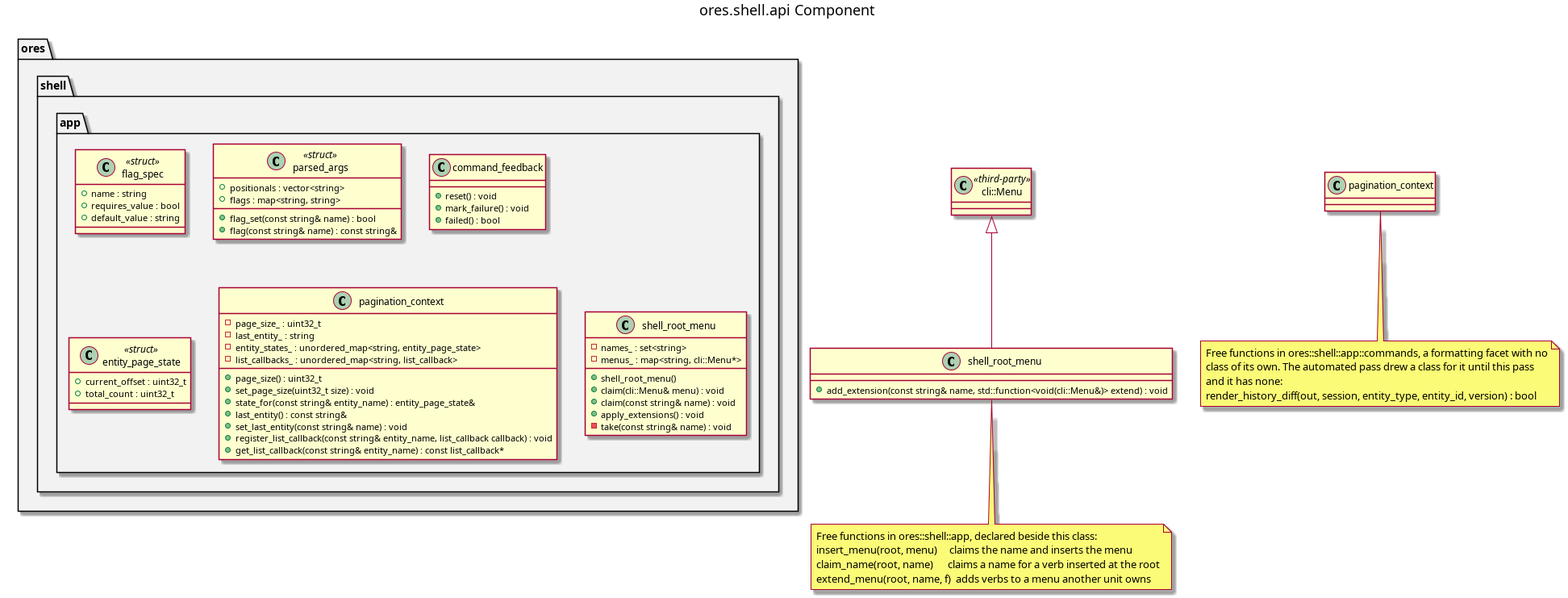
Before: projects/ores.shell/api/modeling/ores.shell.api.png, a diagram exported from PlantUML (OreStudio/OreStudio). Its source is kept beside it as projects/ores.shell/api/modeling/ores.shell.api.puml. Its diagram source:
```plantuml
@startuml

title ores.shell.api Component

set namespaceSeparator ::

namespace ores #F2F2F2 {
    namespace shell #F2F2F2 {
        namespace app #F2F2F2 {
            class flag_spec <<struct>> {
                +name : string
                +requires_value : bool
                +default_value : string
            }
            class parsed_args <<struct>> {
                +positionals : vector<string>
                +flags : map<string, string>
                +flag_set(const string& name) : bool
                +flag(const string& name) : const string&
            }
            class command_feedback {
                +reset() : void
                +mark_failure() : void
                +failed() : bool
            }
            class entity_page_state <<struct>> {
                +current_offset : uint32_t
                +total_count : uint32_t
            }
            class pagination_context {
                -page_size_ : uint32_t
                -last_entity_ : string
                -entity_states_ : unordered_map<string, entity_page_state>
                -list_callbacks_ : unordered_map<string, list_callback>
                +page_size() : uint32_t
                +set_page_size(uint32_t size) : void
                +state_for(const string& entity_name) : entity_page_state&
                +last_entity() : const string&
                +set_last_entity(const string& name) : void
                +register_list_callback(const string& entity_name, list_callback callback) : void
                +get_list_callback(const string& entity_name) : const list_callback*
            }
            class shell_root_menu {
                -names_ : set<string>
                -menus_ : map<string, cli::Menu*>
                +shell_root_menu()
                +claim(cli::Menu& menu) : void
                +claim(const string& name) : void
                +apply_extensions() : void
                -take(const string& name) : void
            }
        }
    }
}


note bottom of shell_root_menu
    Free functions in ores::shell::app, declared beside this class:
    insert_menu(root, menu)     claims the name and inserts the menu
    claim_name(root, name)      claims a name for a verb inserted at the root
    extend_menu(root, name, f)  adds verbs to a menu another unit owns
end note
note bottom of pagination_context
    Free functions in ores::shell::app::commands, a formatting facet with no
    class of its own. The automated pass drew a class for it until this pass
    and it has none:
    render_history_diff(out, session, entity_type, entity_id, version) : bool
end note

class shell_root_menu {
    +add_extension(const string& name, std::function<void(cli::Menu&)> extend) : void
}

class "cli::Menu" as CliMenu <<third-party>>
CliMenu <|-- shell_root_menu

@enduml
```
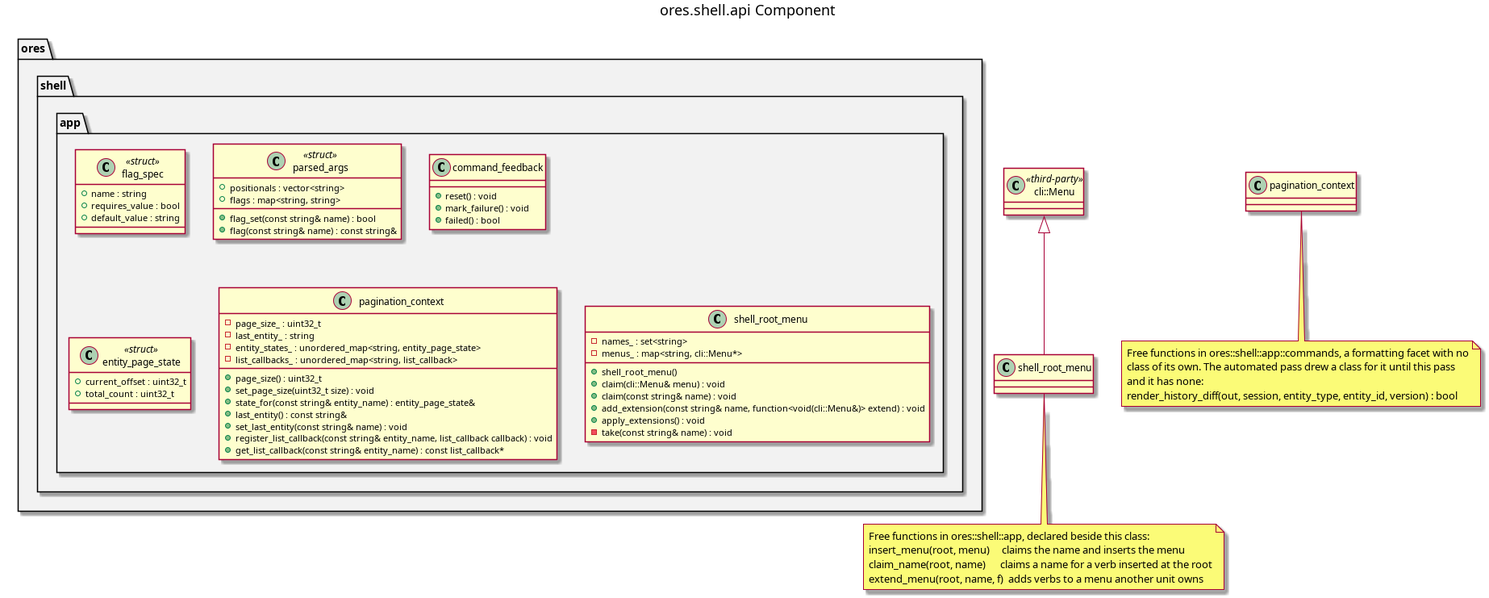
After the commit.

The edit, as a diff of the source:
```diff
@@ -46,6 +46,7 @@
                 +shell_root_menu()
                 +claim(cli::Menu& menu) : void
                 +claim(const string& name) : void
+                +add_extension(const string& name, function<void(cli::Menu&)> extend) : void
                 +apply_extensions() : void
                 -take(const string& name) : void
             }
@@ -67,10 +68,6 @@
     render_history_diff(out, session, entity_type, entity_id, version) : bool
 end note
 
-class shell_root_menu {
-    +add_extension(const string& name, std::function<void(cli::Menu&)> extend) : void
-}
-
 class "cli::Menu" as CliMenu <<third-party>>
 CliMenu <|-- shell_root_menu
 
```
